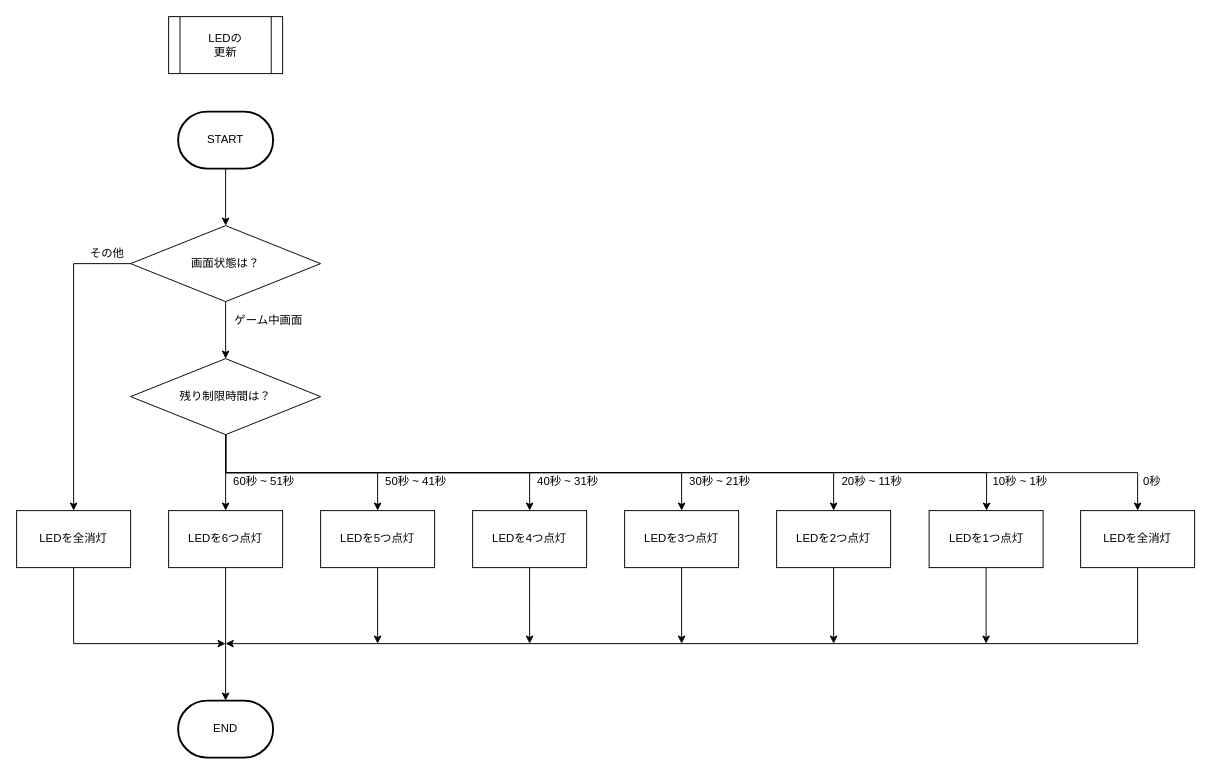
Earlier version of the draw.io diagram 資料/設計書/フローチャート/モグラ叩き_フローチャート_LED.drawio (hakohumi/comp.train.whack-a-mole). Source tidied: cells renumbered, new cells numbered last; positions are measured from the earlier drawing's top-left corner, leaving out a move shared by most shapes. Both pictures are drawn from the tidied source at 95%, with x=0, y=0 at pixel (16, 16).
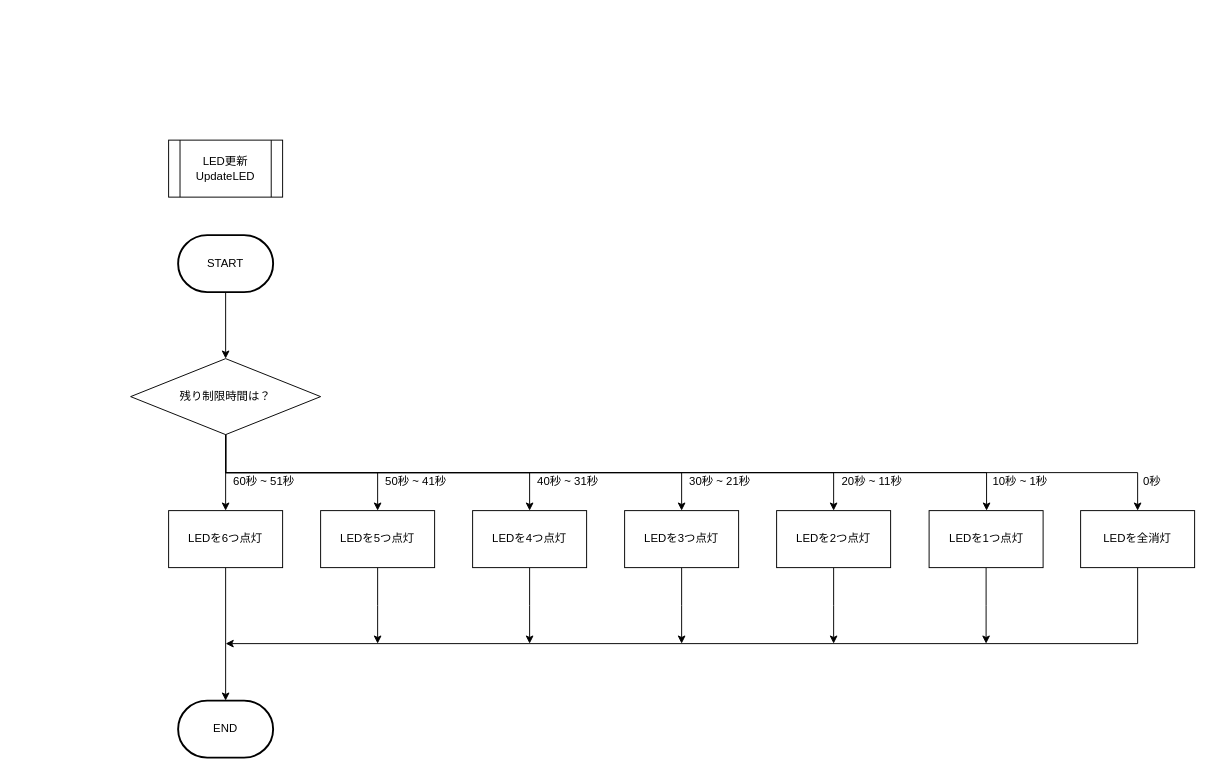
The same page after the edit.

Commit message (it also covers changes not shown here):
設計/フローチャート/LED修正 Fixes #71

Unchanged cells that the change refers to:
```xml
<mxCell id="18" value="残り制限時間は？" style="rhombus;whiteSpace=wrap;html=1;" parent="1" vertex="1">
  <mxGeometry x="120" y="360" width="200" height="80" as="geometry" />
</mxCell>
```

Change to the diagram source:
```diff
@@
-    <mxCell id="2" value="LEDの&lt;br&gt;更新" style="shape=process;whiteSpace=wrap;html=1;backgroundOutline=1;" parent="1" vertex="1">
-      <mxGeometry x="160" width="120" height="60" as="geometry" />
+    <mxCell id="2" value="LED更新&lt;br&gt;UpdateLED" style="shape=process;whiteSpace=wrap;html=1;backgroundOutline=1;" parent="1" vertex="1">
+      <mxGeometry x="160" y="130" width="120" height="60" as="geometry" />
     </mxCell>
-    <mxCell id="3" style="edgeStyle=orthogonalEdgeStyle;rounded=0;jettySize=auto;html=1;" parent="1" edge="1" source="4" target="8">
+    <mxCell id="3" style="edgeStyle=orthogonalEdgeStyle;rounded=0;jettySize=auto;html=1;entryX=0.5;entryY=0;entryDx=0;entryDy=0;" parent="1" edge="1" source="4" target="18">
       <mxGeometry relative="1" as="geometry" />
     </mxCell>
     <mxCell id="4" value="START" style="strokeWidth=2;html=1;shape=mxgraph.flowchart.terminator;whiteSpace=wrap;" parent="1" vertex="1">
-      <mxGeometry x="170" y="100" width="100" height="60" as="geometry" />
+      <mxGeometry x="170" y="230" width="100" height="60" as="geometry" />
     </mxCell>
@@
-    <mxCell id="6" style="edgeStyle=orthogonalEdgeStyle;rounded=0;jettySize=auto;html=1;" parent="1" edge="1" source="8">
-      <mxGeometry relative="1" as="geometry">
-        <mxPoint x="220" y="360" as="targetPoint" />
-      </mxGeometry>
-    </mxCell>
-    <mxCell id="7" style="edgeStyle=orthogonalEdgeStyle;rounded=0;jettySize=auto;html=1;entryX=0.5;entryY=0;entryDx=0;entryDy=0;" parent="1" edge="1" source="8">
-      <mxGeometry relative="1" as="geometry">
-        <mxPoint x="60" y="520" as="targetPoint" />
-        <Array as="points">
-          <mxPoint x="60" y="260" />
-        </Array>
-      </mxGeometry>
-    </mxCell>
-    <mxCell id="8" value="画面状態は？" style="rhombus;whiteSpace=wrap;html=1;" parent="1" vertex="1">
-      <mxGeometry x="120" y="220" width="200" height="80" as="geometry" />
-    </mxCell>
-    <mxCell id="9" value="ゲーム中画面" style="text;html=1;align=center;verticalAlign=middle;" parent="1" vertex="1">
-      <mxGeometry x="220" y="310" width="90" height="20" as="geometry" />
-    </mxCell>
-    <mxCell id="10" value="その他" style="text;html=1;align=center;verticalAlign=middle;" parent="1" vertex="1">
-      <mxGeometry x="70" y="240" width="50" height="20" as="geometry" />
-    </mxCell>
@@
-    <mxCell id="40" style="edgeStyle=orthogonalEdgeStyle;rounded=0;jettySize=auto;html=1;exitX=0.5;exitY=1;exitDx=0;exitDy=0;" parent="1" edge="1" source="41">
-      <mxGeometry relative="1" as="geometry">
-        <mxPoint x="220" y="660" as="targetPoint" />
-        <Array as="points">
-          <mxPoint x="60" y="660" />
-        </Array>
-      </mxGeometry>
-    </mxCell>
-    <mxCell id="41" value="&lt;span&gt;LEDを全消灯&lt;/span&gt;" style="rounded=0;whiteSpace=wrap;html=1;" parent="1" vertex="1">
-      <mxGeometry y="520" width="120" height="60" as="geometry" />
-    </mxCell>
```
